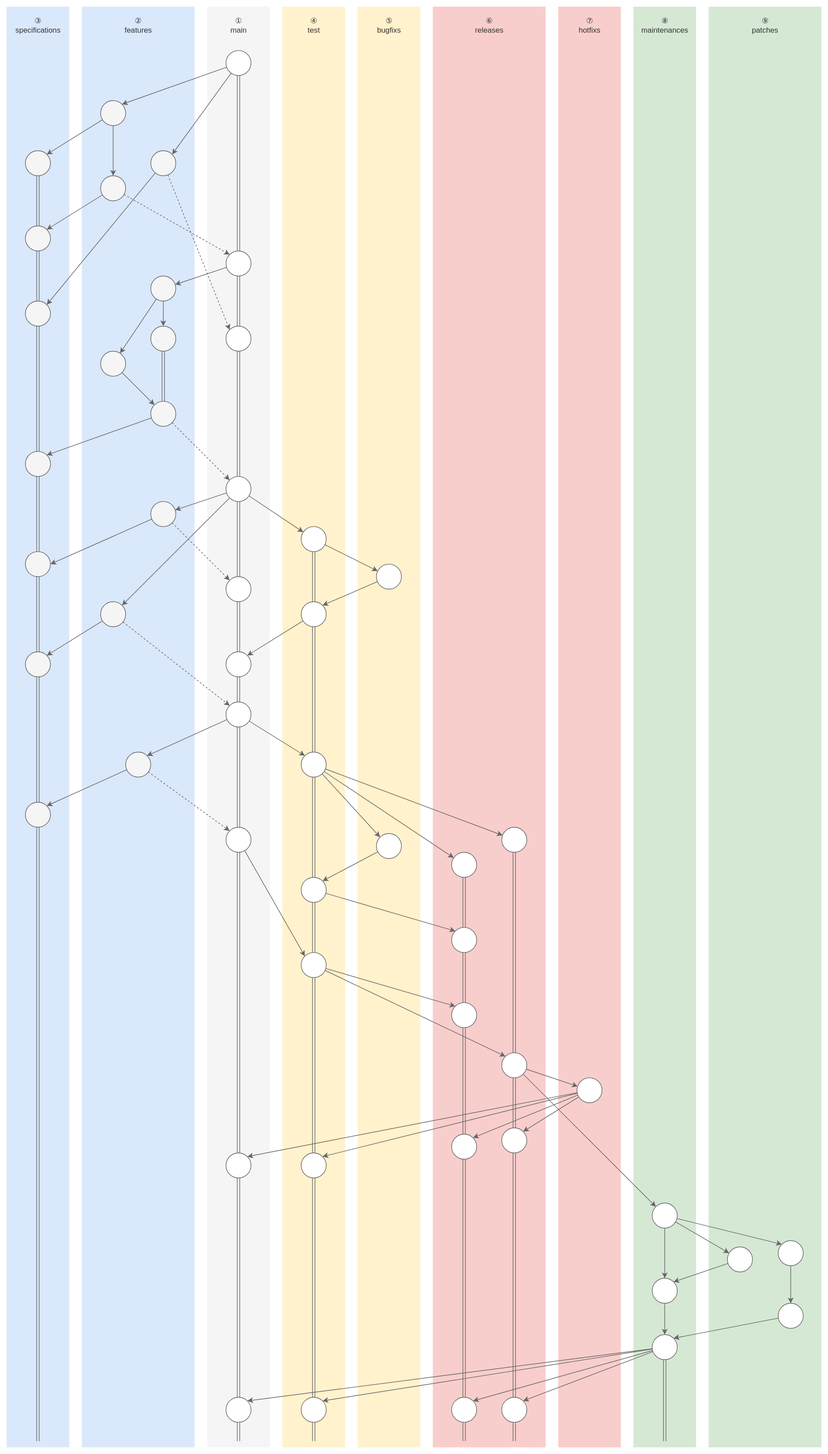
Before: git/branch-strategy/git-biz-flow.drawio.svg, a diagram exported from draw.io (bizhermit/note). Source tidied: cells renumbered, new cells last; positions are measured from the earlier drawing's top-left corner, leaving out a move shared by most shapes.
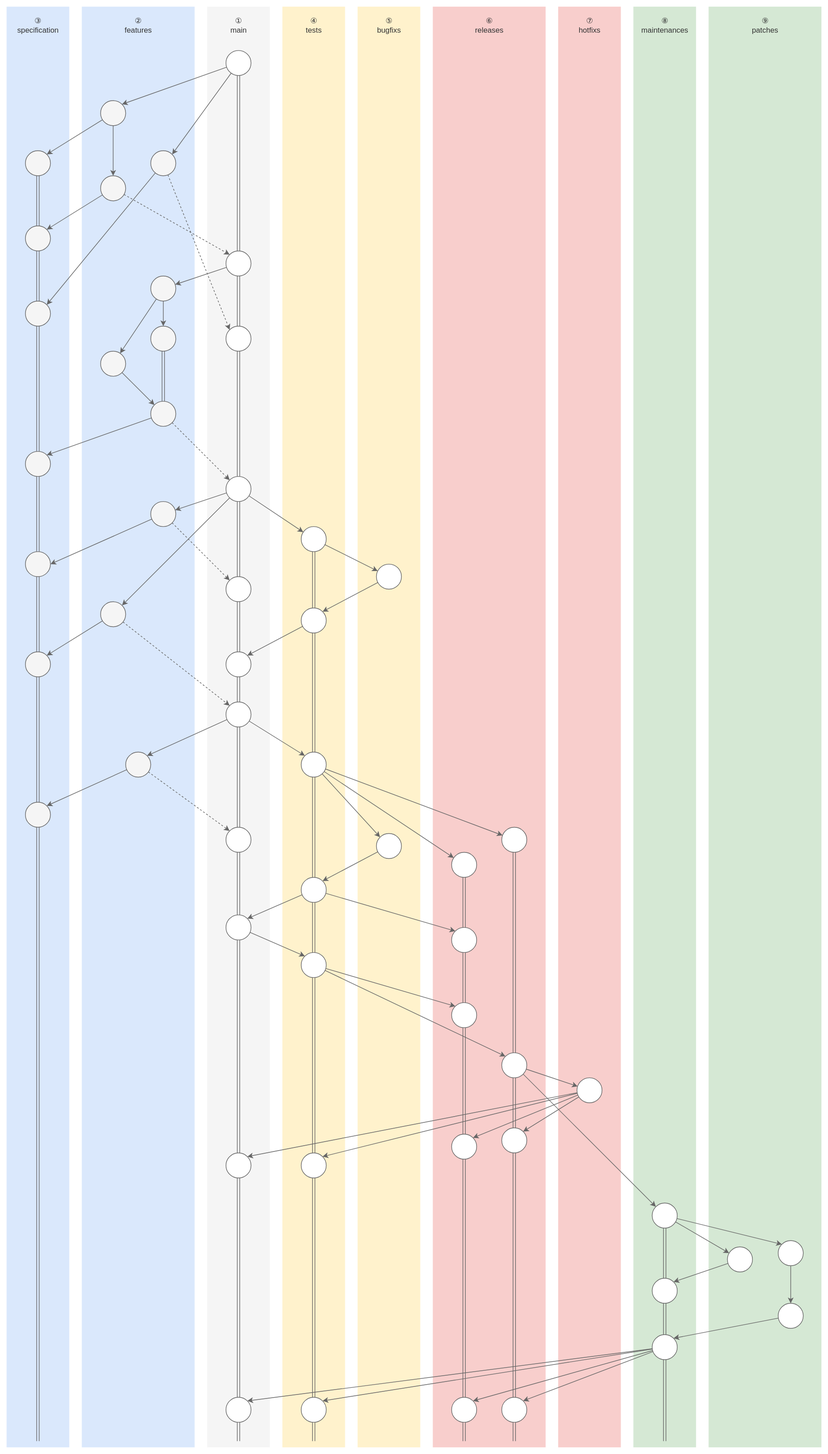
After the commit.

What changed in the source:
```diff
@@ -59,8 +59,8 @@
     <mxCell id="20" value="②&lt;br&gt;features" style="text;html=1;align=center;verticalAlign=middle;strokeColor=none;fillColor=none;fontColor=#333333;" parent="1" vertex="1">
       <mxGeometry x="185" y="20" width="70" height="40" as="geometry" />
     </mxCell>
-    <mxCell id="21" value="③&lt;br&gt;specifications" style="text;html=1;align=center;verticalAlign=middle;strokeColor=none;fillColor=none;fontColor=#333333;" parent="1" vertex="1">
-      <mxGeometry x="10" y="20" width="100" height="40" as="geometry" />
+    <mxCell id="21" value="③&lt;br&gt;specification" style="text;html=1;align=center;verticalAlign=middle;strokeColor=none;fillColor=none;fontColor=#333333;" parent="1" vertex="1">
+      <mxGeometry x="15" y="20" width="90" height="40" as="geometry" />
     </mxCell>
     <mxCell id="22" style="edgeStyle=none;html=1;shape=link;fillColor=#f5f5f5;strokeColor=#666666;" parent="1" edge="1" source="23" target="31">
       <mxGeometry relative="1" as="geometry" />
@@ -173,8 +173,8 @@
     <mxCell id="58" style="ellipse;whiteSpace=wrap;html=1;fillColor=#FFFFFF;fontColor=#333333;strokeColor=#666666;" parent="1" vertex="1">
       <mxGeometry x="480" y="840" width="40" height="40" as="geometry" />
     </mxCell>
-    <mxCell id="59" value="④&lt;br&gt;test" style="text;html=1;align=center;verticalAlign=middle;strokeColor=none;fillColor=none;fontColor=#333333;" parent="1" vertex="1">
-      <mxGeometry x="480" y="20" width="40" height="40" as="geometry" />
+    <mxCell id="59" value="④&lt;br&gt;tests" style="text;html=1;align=center;verticalAlign=middle;strokeColor=none;fillColor=none;fontColor=#333333;" parent="1" vertex="1">
+      <mxGeometry x="475" y="20" width="50" height="40" as="geometry" />
     </mxCell>
     <mxCell id="60" value="⑤&lt;br&gt;bugfixs" style="text;html=1;align=center;verticalAlign=middle;strokeColor=none;fillColor=none;fontColor=#333333;" parent="1" vertex="1">
       <mxGeometry x="590" y="20" width="60" height="40" as="geometry" />
@@ -192,7 +192,7 @@
       <mxGeometry relative="1" as="geometry" />
     </mxCell>
     <mxCell id="65" style="ellipse;whiteSpace=wrap;html=1;fillColor=#FFFFFF;fontColor=#333333;strokeColor=#666666;" parent="1" vertex="1">
-      <mxGeometry x="480" y="960" width="40" height="40" as="geometry" />
+      <mxGeometry x="480" y="970" width="40" height="40" as="geometry" />
     </mxCell>
     <mxCell id="66" style="edgeStyle=none;html=1;entryX=1;entryY=0.5;entryDx=0;entryDy=0;fillColor=#f5f5f5;strokeColor=#666666;" parent="1" edge="1" source="68" target="75">
       <mxGeometry relative="1" as="geometry" />
@@ -275,12 +275,9 @@
     <mxCell id="92" style="ellipse;whiteSpace=wrap;html=1;fillColor=#FFFFFF;fontColor=#333333;strokeColor=#666666;" parent="1" vertex="1">
       <mxGeometry x="800" y="1320" width="40" height="40" as="geometry" />
     </mxCell>
-    <mxCell id="93" style="edgeStyle=none;html=1;entryX=0;entryY=0;entryDx=0;entryDy=0;fillColor=#f5f5f5;strokeColor=#666666;" parent="1" edge="1" source="95" target="115">
-      <mxGeometry relative="1" as="geometry" />
-    </mxCell>
-    <mxCell id="94" style="edgeStyle=none;shape=link;html=1;fillColor=#f5f5f5;strokeColor=#666666;" parent="1" edge="1" source="95" target="128">
-      <mxGeometry relative="1" as="geometry" />
-    </mxCell>
+    <mxCell id="161" style="edgeStyle=none;html=1;shape=link;fillColor=#f5f5f5;strokeColor=#666666;" parent="1" edge="1" source="95" target="165">
+      <mxGeometry relative="1" as="geometry" />
+    </mxCell>
     <mxCell id="95" style="ellipse;whiteSpace=wrap;html=1;fillColor=#FFFFFF;fontColor=#333333;strokeColor=#666666;" parent="1" vertex="1">
       <mxGeometry x="360" y="1320" width="40" height="40" as="geometry" />
     </mxCell>
@@ -331,6 +328,9 @@
     <mxCell id="110" style="edgeStyle=none;html=1;entryX=0;entryY=0;entryDx=0;entryDy=0;fillColor=#f5f5f5;strokeColor=#666666;" parent="1" edge="1" source="111" target="105">
       <mxGeometry relative="1" as="geometry" />
     </mxCell>
+    <mxCell id="162" style="edgeStyle=none;html=1;entryX=1;entryY=0;entryDx=0;entryDy=0;fillColor=#f5f5f5;strokeColor=#666666;" parent="1" edge="1" source="111" target="165">
+      <mxGeometry relative="1" as="geometry" />
+    </mxCell>
     <mxCell id="111" style="ellipse;whiteSpace=wrap;html=1;fillColor=#FFFFFF;fontColor=#333333;strokeColor=#666666;" parent="1" vertex="1">
       <mxGeometry x="480" y="1400" width="40" height="40" as="geometry" />
     </mxCell>
@@ -403,7 +403,7 @@
     <mxCell id="134" style="edgeStyle=none;html=1;fillColor=#f5f5f5;strokeColor=#666666;" parent="1" edge="1" source="137" target="140">
       <mxGeometry relative="1" as="geometry" />
     </mxCell>
-    <mxCell id="135" style="edgeStyle=none;html=1;fillColor=#f5f5f5;strokeColor=#666666;" parent="1" edge="1" source="137" target="142">
+    <mxCell id="135" style="edgeStyle=none;html=1;fillColor=#f5f5f5;strokeColor=#666666;shape=link;" parent="1" edge="1" source="137" target="142">
       <mxGeometry relative="1" as="geometry" />
     </mxCell>
     <mxCell id="136" style="edgeStyle=none;html=1;entryX=0;entryY=0;entryDx=0;entryDy=0;fillColor=#f5f5f5;strokeColor=#666666;" parent="1" edge="1" source="137" target="144">
@@ -421,7 +421,7 @@
     <mxCell id="140" style="ellipse;whiteSpace=wrap;html=1;fillColor=#FFFFFF;fontColor=#333333;strokeColor=#666666;" parent="1" vertex="1">
       <mxGeometry x="1160" y="1990" width="40" height="40" as="geometry" />
     </mxCell>
-    <mxCell id="141" style="edgeStyle=none;html=1;fillColor=#f5f5f5;strokeColor=#666666;" parent="1" edge="1" source="142" target="152">
+    <mxCell id="141" style="edgeStyle=none;html=1;fillColor=#f5f5f5;strokeColor=#666666;shape=link;" parent="1" edge="1" source="142" target="152">
       <mxGeometry relative="1" as="geometry" />
     </mxCell>
     <mxCell id="142" style="ellipse;whiteSpace=wrap;html=1;fillColor=#FFFFFF;fontColor=#333333;strokeColor=#666666;" parent="1" vertex="1">
@@ -491,5 +491,14 @@
     <mxCell id="160" style="ellipse;whiteSpace=wrap;html=1;fillColor=#FFFFFF;fontColor=#333333;strokeColor=#666666;" parent="1" vertex="1">
       <mxGeometry x="360" y="2230" width="40" height="40" as="geometry" />
     </mxCell>
+    <mxCell id="163" style="edgeStyle=none;html=1;entryX=0;entryY=0;entryDx=0;entryDy=0;fillColor=#f5f5f5;strokeColor=#666666;" parent="1" edge="1" source="165" target="115">
+      <mxGeometry relative="1" as="geometry" />
+    </mxCell>
+    <mxCell id="164" style="edgeStyle=none;html=1;entryX=0.5;entryY=0;entryDx=0;entryDy=0;shape=link;fillColor=#f5f5f5;strokeColor=#666666;" parent="1" edge="1" source="165" target="128">
+      <mxGeometry relative="1" as="geometry" />
+    </mxCell>
+    <mxCell id="165" style="ellipse;whiteSpace=wrap;html=1;fillColor=#FFFFFF;fontColor=#333333;strokeColor=#666666;" parent="1" vertex="1">
+      <mxGeometry x="360" y="1460" width="40" height="40" as="geometry" />
+    </mxCell>
   </root>
 </mxGraphModel>
```
